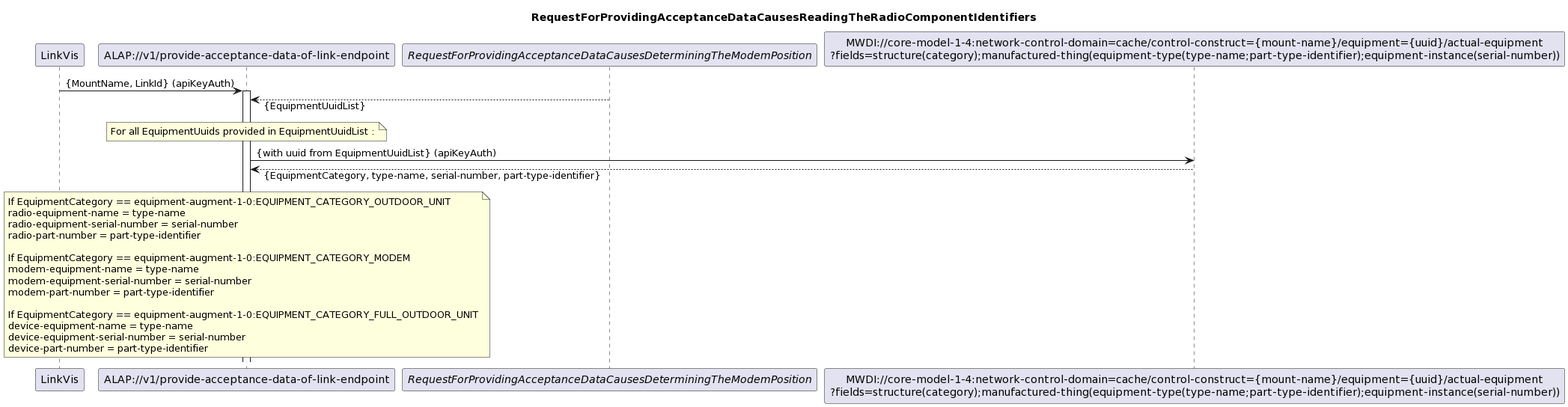
Above: spec/diagrams/ProvideAcceptanceDataOfLinkEndpoint/152_radioComponentIdentifiers.png in openBackhaul/AccessPlanningToolProxy (PlantUML), before the change.
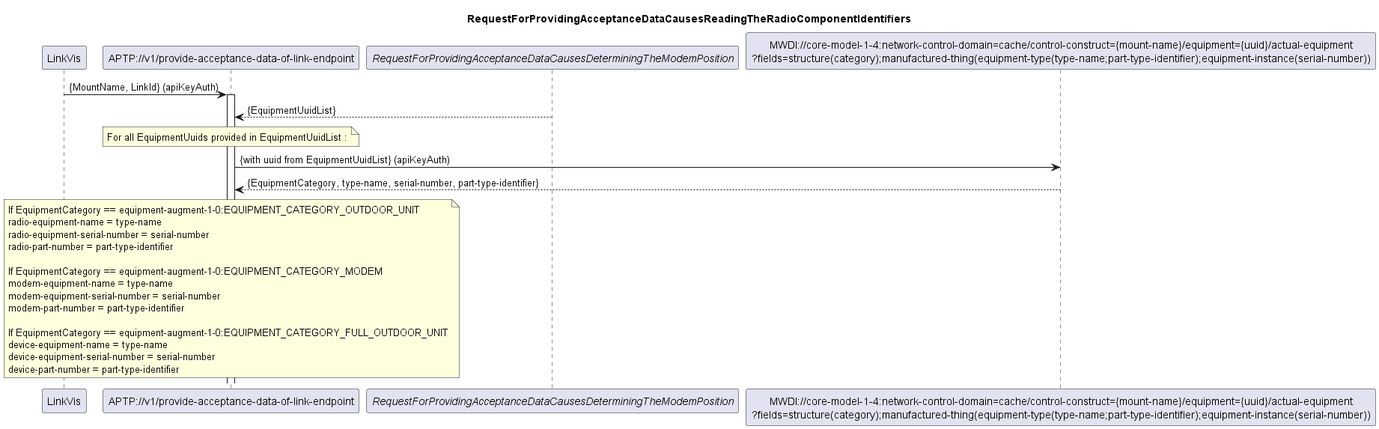
The same diagram one commit later.

Change to the diagram source:
```diff
@@ -1,4 +1,4 @@
-@startuml
+@startuml 152_radioComponentIdentifiers
 skinparam responseMessageBelowArrow true
 
 title
@@ -6,23 +6,23 @@
 end title
 
 participant "LinkVis" as LinkVis
-participant "ALAP://v1/provide-acceptance-data-of-link-endpoint" as ALAP
+participant "APTP://v1/provide-acceptance-data-of-link-endpoint" as APTP
 participant "<i>RequestForProvidingAcceptanceDataCausesDeterminingTheModemPosition</i>" as EquipmentUuid
 participant "MWDI://core-model-1-4:network-control-domain=cache/control-construct={mount-name}/equipment={uuid}/actual-equipment\n?fields=structure(category);manufactured-thing(equipment-type(type-name;part-type-identifier);equipment-instance(serial-number))" as RadioComponentIdentifiers
 
-LinkVis -> ALAP: {MountName, LinkId} (apiKeyAuth)
-activate ALAP
+LinkVis -> APTP: {MountName, LinkId} (apiKeyAuth)
+activate APTP
 
-EquipmentUuid --> ALAP: {EquipmentUuidList}
+EquipmentUuid --> APTP: {EquipmentUuidList}
 
-note over ALAP
+note over APTP
 For all EquipmentUuids provided in EquipmentUuidList :
 end note
 
-ALAP -> RadioComponentIdentifiers: {with uuid from EquipmentUuidList} (apiKeyAuth)
-RadioComponentIdentifiers --> ALAP: {EquipmentCategory, type-name, serial-number, part-type-identifier}
+APTP -> RadioComponentIdentifiers: {with uuid from EquipmentUuidList} (apiKeyAuth)
+RadioComponentIdentifiers --> APTP: {EquipmentCategory, type-name, serial-number, part-type-identifier}
 
-note over ALAP
+note over APTP
 If EquipmentCategory == equipment-augment-1-0:EQUIPMENT_CATEGORY_OUTDOOR_UNIT
 radio-equipment-name = type-name
 radio-equipment-serial-number = serial-number
@@ -38,4 +38,5 @@
 device-equipment-serial-number = serial-number
 device-part-number = part-type-identifier
 end note
+
 @enduml
```
